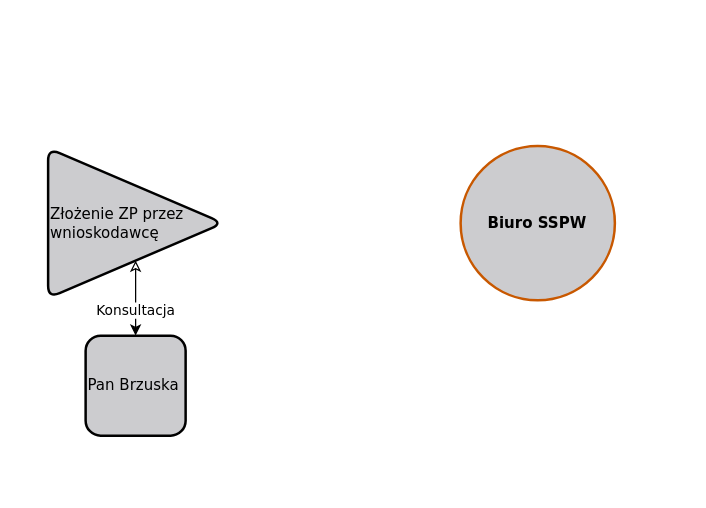
Above: Untitled Diagram.drawio in WelfareUnit/Projekt2 (draw.io), before the change. Source tidied: cells renumbered, new cells numbered last; positions are measured from the earlier drawing's top-left corner, leaving out a move shared by most shapes. Both pictures are drawn from the tidied source at 125%, with x=0, y=0 at pixel (48, 145).
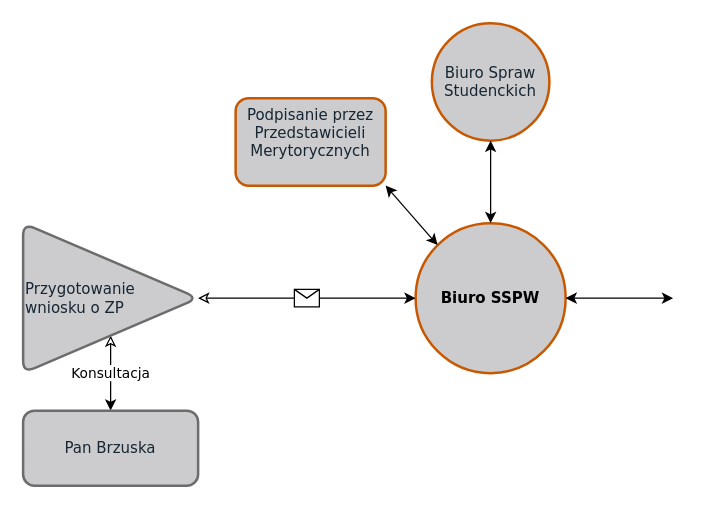
After the change.

Change to the diagram source:
```diff
@@
 <mxGraphModel>
   <root>
     <mxCell id="0" />
     <mxCell id="1" parent="0" />
     <mxCell id="2" value="&lt;div style=&quot;font-size: 11px;&quot;&gt;Konsultacja&lt;/div&gt;" style="edgeStyle=orthogonalEdgeStyle;rounded=0;jettySize=auto;html=1;exitX=0.5;exitY=1;exitDx=0;exitDy=0;entryX=0.5;entryY=0;entryDx=0;entryDy=0;fontFamily=Verdana;startArrow=classic;startFill=0;fontSize=11;" parent="1" edge="1" source="3" target="4">
-      <mxGeometry relative="1" as="geometry" />
+      <mxGeometry relative="1" as="geometry">
+        <Array as="points">
+          <mxPoint x="50" y="162" />
+          <mxPoint x="50" y="162" />
+        </Array>
+      </mxGeometry>
     </mxCell>
-    <mxCell id="3" value="Złożenie ZP przez wnioskodawcę" style="triangle;whiteSpace=wrap;html=1;fontFamily=Verdana;align=left;strokeWidth=2;rounded=1;fillColor=#cccccf;" parent="1" vertex="1">
-      <mxGeometry y="2" width="140" height="120" as="geometry" />
+    <mxCell id="3" value="Przygotowanie wniosku o ZP" style="triangle;whiteSpace=wrap;html=1;fontFamily=Verdana;align=left;strokeWidth=2;rounded=1;fillColor=#cccccf;strokeColor=#6C6C6C;fontColor=#162632;" parent="1" vertex="1">
+      <mxGeometry x="-20" y="62" width="140" height="120" as="geometry" />
     </mxCell>
+    <mxCell id="5" value="&lt;div style=&quot;font-size: 12px;&quot;&gt;Biuro SSPW&lt;br style=&quot;font-size: 12px;&quot;&gt;&lt;/div&gt;" style="ellipse;whiteSpace=wrap;html=1;rounded=1;fontFamily=Verdana;fontSize=12;strokeWidth=2;fillColor=#CCCCCF;align=center;strokeColor=#C85800;fontStyle=1;" parent="1" vertex="1">
+      <mxGeometry x="294" y="62" width="120" height="120" as="geometry" />
+    </mxCell>
-    <mxCell id="4" value="&lt;div align=&quot;center&quot;&gt;Pan Brzuska&lt;br&gt;&lt;/div&gt;" style="whiteSpace=wrap;html=1;rounded=1;fontFamily=Verdana;fontSize=12;strokeColor=#000000;strokeWidth=2;fillColor=#CCCCCF;align=left;" parent="1" vertex="1">
-      <mxGeometry x="30" y="152" width="80" height="80" as="geometry" />
+    <mxCell id="4" value="Pan Brzuska" style="rounded=1;whiteSpace=wrap;html=1;fontFamily=Verdana;fontSize=12;strokeColor=#6C6C6C;strokeWidth=2;fillColor=#CCCCCF;align=center;fontColor=#162632;" parent="1" vertex="1">
+      <mxGeometry x="-20" y="212" width="140" height="60" as="geometry" />
     </mxCell>
-    <mxCell id="5" value="&lt;div style=&quot;font-size: 12px;&quot;&gt;Biuro SSPW&lt;br style=&quot;font-size: 12px;&quot;&gt;&lt;/div&gt;" style="ellipse;whiteSpace=wrap;html=1;rounded=1;fontFamily=Verdana;fontSize=12;strokeWidth=2;fillColor=#CCCCCF;align=center;strokeColor=#C85800;fontStyle=1;" parent="1" vertex="1">
-      <mxGeometry x="330" y="0.3" width="123.4" height="123.4" as="geometry" />
-    </mxCell>
+    <mxCell id="6" style="endArrow=classic;html=1;fontFamily=Verdana;fontSize=12;fontColor=#162632;exitX=1;exitY=0.5;exitDx=0;exitDy=0;entryX=0;entryY=0.5;entryDx=0;entryDy=0;startArrow=classic;startFill=0;" parent="1" edge="1" source="3" target="5">
+      <mxGeometry relative="1" as="geometry" />
+    </mxCell>
+    <mxCell id="7" style="shape=message;html=1;" parent="6" vertex="1">
+      <mxGeometry width="20" height="14" relative="1" as="geometry">
+        <mxPoint x="-10" y="-7" as="offset" />
+      </mxGeometry>
+    </mxCell>
+    <mxCell id="8" style="endArrow=classic;startArrow=classic;html=1;fontFamily=Verdana;fontSize=12;fontColor=#162632;entryX=1;entryY=1;entryDx=0;entryDy=0;exitX=0;exitY=0;exitDx=0;exitDy=0;" parent="1" edge="1" source="5" target="9">
+      <mxGeometry relative="1" as="geometry" />
+    </mxCell>
+    <mxCell id="9" value="&#10;Podpisanie przez Przedstawicieli Merytorycznych&#10;&#10;" style="rounded=1;whiteSpace=wrap;html=1;fontFamily=Verdana;fontSize=12;fontColor=#162632;strokeWidth=2;fillColor=#CCCCCF;align=center;strokeColor=#C85800;labelPosition=center;verticalLabelPosition=middle;verticalAlign=middle;" parent="1" vertex="1">
+      <mxGeometry x="150" y="-38" width="120" height="70" as="geometry" />
+    </mxCell>
+    <mxCell id="10" style="endArrow=classic;startArrow=classic;html=1;fontFamily=Verdana;fontSize=12;fontColor=#162632;entryX=1;entryY=0.5;entryDx=0;entryDy=0;" parent="1" edge="1" target="5">
+      <mxGeometry relative="1" as="geometry">
+        <mxPoint x="500" y="122" as="sourcePoint" />
+      </mxGeometry>
+    </mxCell>
+    <mxCell id="11" value="Biuro Spraw Studenckich" style="ellipse;whiteSpace=wrap;html=1;rounded=1;fontFamily=Verdana;fontSize=12;fontColor=#162632;strokeColor=#C85800;strokeWidth=2;fillColor=#CCCCCF;align=center;" parent="1" vertex="1">
+      <mxGeometry x="307" y="-98" width="94" height="94" as="geometry" />
+    </mxCell>
+    <mxCell id="12" style="endArrow=classic;startArrow=classic;html=1;fontFamily=Verdana;fontSize=12;fontColor=#162632;exitX=0.5;exitY=0;exitDx=0;exitDy=0;entryX=0.5;entryY=1;entryDx=0;entryDy=0;" parent="1" edge="1" source="5" target="11">
+      <mxGeometry relative="1" as="geometry" />
+    </mxCell>
   </root>
 </mxGraphModel>
```
